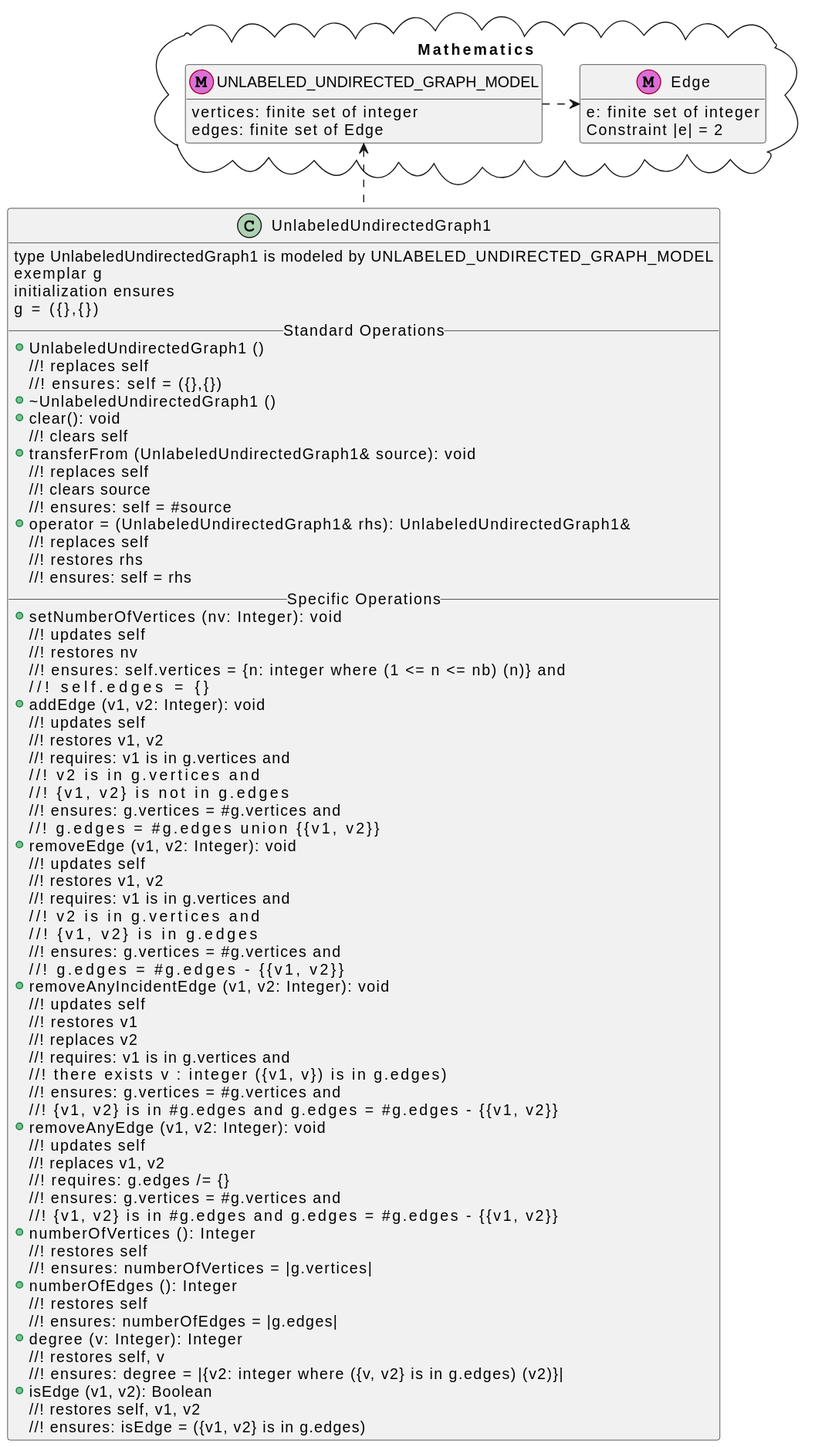
The PlantUML diagram Assignments/2022/ProjM1/UnlabeledUndirectedGraph.svg in drholly77/CSSE373Pages, before a commit. The source it was exported from:
```plantuml
@startuml
hide empty members

class UnlabeledUndirectedGraph1 {
   type UnlabeledUndirectedGraph1 is modeled by UNLABELED_UNDIRECTED_GRAPH_MODEL
   exemplar g
   initialization ensures
      g = ({},{})
__ Standard Operations __
   +UnlabeledUndirectedGraph1 ()
   //! replaces self
   //! ensures: self = ({},{})
   +~UnlabeledUndirectedGraph1 ()
   +clear(): void
   //! clears self
   +transferFrom (UnlabeledUndirectedGraph1& source): void
   //! replaces self
   //! clears source
   //! ensures: self = #source
   +operator = (UnlabeledUndirectedGraph1& rhs): UnlabeledUndirectedGraph1&
   //! replaces self
   //! restores rhs
   //! ensures: self = rhs
__ Specific Operations __
   +setNumberOfVertices (nv: Integer): void
   //! updates self
   //! restores nv
   //! ensures: self.vertices = {n: integer where (1 <= n <= nb) (n)}  and
   //!          self.edges = {}
   +addEdge (v1, v2: Integer): void
   //! updates self
   //! restores v1, v2
   //! requires: v1 is in g.vertices and
   //!           v2 is in g.vertices and
   //!           {v1, v2} is not in g.edges
   //! ensures: g.vertices = #g.vertices and
   //!          g.edges = #g.edges union {{v1, v2}}
   +removeEdge (v1, v2: Integer): void
   //! updates self
   //! restores v1, v2
   //! requires: v1 is in g.vertices and
   //!           v2 is in g.vertices and
   //!           {v1, v2} is in g.edges
   //! ensures: g.vertices = #g.vertices and
   //!          g.edges = #g.edges - {{v1, v2}}
   +removeAnyIncidentEdge (v1, v2: Integer): void
   //! updates self
   //! restores v1
   //! replaces v2
   //! requires: v1 is in g.vertices and
   //!           there exists v : integer ({v1, v}) is in g.edges)
   //! ensures: g.vertices = #g.vertices and
   //!          {v1, v2} is in #g.edges and g.edges = #g.edges - {{v1, v2}}
   +removeAnyEdge (v1, v2: Integer): void
   //! updates self
   //! replaces v1, v2
   //! requires: g.edges /= {}
   //! ensures: g.vertices = #g.vertices and
   //!          {v1, v2} is in #g.edges and g.edges = #g.edges - {{v1, v2}}
   +numberOfVertices (): Integer
   //! restores self
   //! ensures: numberOfVertices = |g.vertices|
   +numberOfEdges (): Integer
   //! restores self
   //! ensures: numberOfEdges = |g.edges|
   +degree (v: Integer): Integer
   //! restores self, v
   //! ensures: degree = |{v2: integer where ({v, v2} is in g.edges) (v2)}|
   +isEdge (v1, v2): Boolean
   //! restores self, v1, v2
   //! ensures: isEdge = ({v1, v2} is in g.edges)
}

package Mathematics <<Cloud>> {
class Edge << (M,orchid) >> {
       e: finite set of integer
	Constraint |e| = 2
}

class UNLABELED_UNDIRECTED_GRAPH_MODEL << (M,orchid) >> {
   vertices: finite set of integer
   edges: finite set of Edge
}


UNLABELED_UNDIRECTED_GRAPH_MODEL .right.> Edge
}

UnlabeledUndirectedGraph1 .up.> UNLABELED_UNDIRECTED_GRAPH_MODEL
@enduml
```
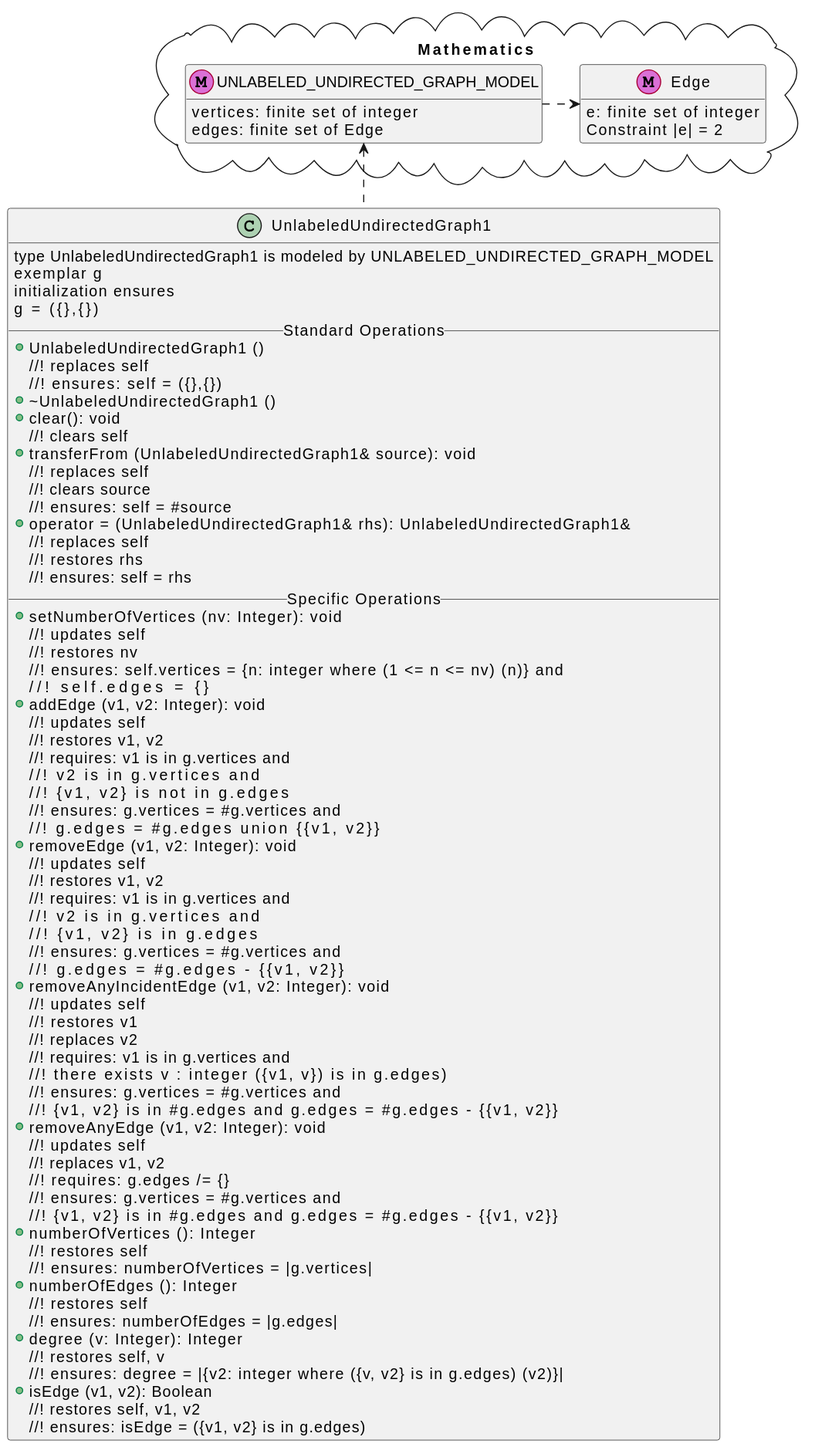
The same diagram one commit later.

Diff of the diagram source:
```diff
@@ -25,7 +25,7 @@
    +setNumberOfVertices (nv: Integer): void
    //! updates self
    //! restores nv
-   //! ensures: self.vertices = {n: integer where (1 <= n <= nb) (n)}  and
+   //! ensures: self.vertices = {n: integer where (1 <= n <= nv) (n)}  and
    //!          self.edges = {}
    +addEdge (v1, v2: Integer): void
    //! updates self
```
